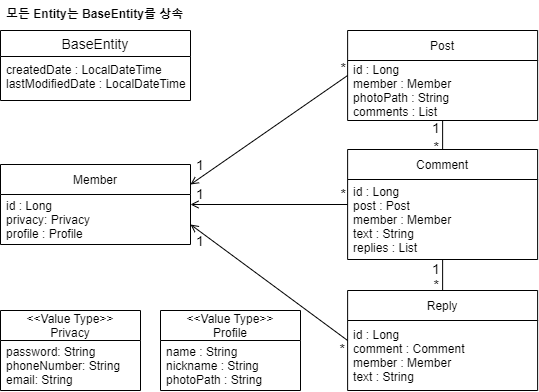
JunYoung-C/Instagram keeps this draw.io diagram as Sprint1 Entity Class Diagram.drawio.png. Above is the earlier version. Source tidied: cells renumbered, new cells last; positions are measured from the earlier drawing's top-left corner, leaving out a move shared by most shapes.
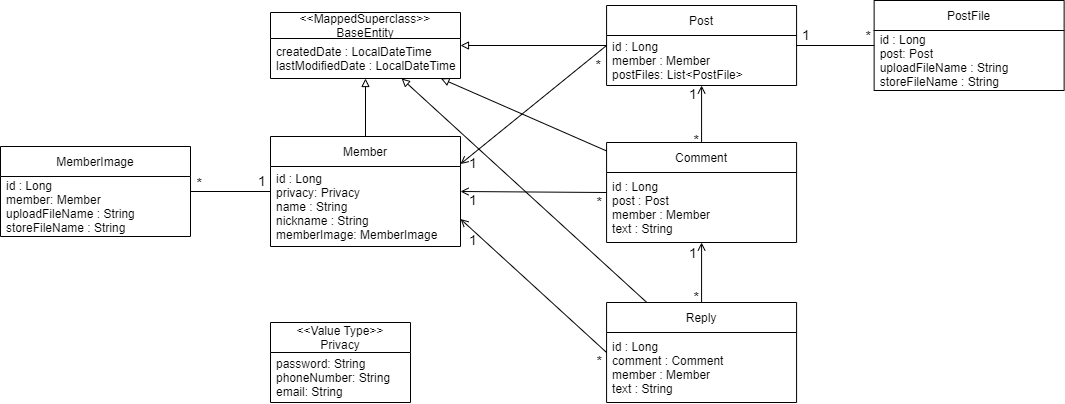
The same diagram one commit later.

Commit message:
docs: 수정된 테이블에 맞게 클래스 다이어그램 수정

What changed in the source:
```diff
@@ -3,47 +3,41 @@
     <mxCell id="0" />
     <mxCell id="1" parent="0" />
     <mxCell id="2" value="Comment" style="swimlane;fontStyle=0;horizontal=1;startSize=30;" parent="1" vertex="1">
-      <mxGeometry x="347.1" y="149" width="190" height="110" as="geometry" />
+      <mxGeometry x="419.1" y="160" width="190" height="100" as="geometry" />
     </mxCell>
-    <mxCell id="3" value="id : Long&#10;post : Post&#10;member : Member&#10;text : String&#10;replies : List" style="text;strokeColor=none;fillColor=none;align=left;verticalAlign=middle;spacingLeft=4;spacingRight=4;overflow=hidden;" parent="2" vertex="1">
-      <mxGeometry y="30" width="190" height="80" as="geometry" />
+    <mxCell id="3" value="id : Long&#10;post : Post&#10;member : Member&#10;text : String" style="text;strokeColor=none;fillColor=none;align=left;verticalAlign=middle;spacingLeft=4;spacingRight=4;overflow=hidden;" parent="2" vertex="1">
+      <mxGeometry y="30" width="190" height="70" as="geometry" />
     </mxCell>
     <mxCell id="4" value="Member" style="swimlane;fontStyle=0;horizontal=1;startSize=30;" parent="1" vertex="1">
-      <mxGeometry y="164" width="190" height="80" as="geometry" />
+      <mxGeometry x="83" y="154" width="190" height="110" as="geometry" />
     </mxCell>
-    <mxCell id="5" value="id : Long&#10;privacy: Privacy&#10;profile : Profile" style="text;strokeColor=none;fillColor=none;align=left;verticalAlign=middle;spacingLeft=4;spacingRight=4;overflow=hidden;" parent="4" vertex="1">
-      <mxGeometry y="30" width="190" height="50" as="geometry" />
+    <mxCell id="5" value="id : Long&#10;privacy: Privacy&#10;name : String&#10;nickname : String&#10;memberImage: MemberImage" style="text;strokeColor=none;fillColor=none;align=left;verticalAlign=middle;spacingLeft=4;spacingRight=4;overflow=hidden;" parent="4" vertex="1">
+      <mxGeometry y="30" width="190" height="80" as="geometry" />
     </mxCell>
     <mxCell id="6" value="Post" style="swimlane;fontStyle=0;horizontal=1;startSize=30;" parent="1" vertex="1">
-      <mxGeometry x="347.1" y="30" width="190" height="90" as="geometry" />
+      <mxGeometry x="419.1" y="23" width="190" height="80" as="geometry" />
     </mxCell>
-    <mxCell id="7" value="id : Long&#10;member : Member&#10;photoPath : String&#10;comments : List" style="text;strokeColor=none;fillColor=none;align=left;verticalAlign=middle;spacingLeft=4;spacingRight=4;overflow=hidden;" parent="6" vertex="1">
-      <mxGeometry y="30" width="190" height="60" as="geometry" />
+    <mxCell id="7" value="id : Long&#10;member : Member&#10;postFiles: List&lt;PostFile&gt;" style="text;strokeColor=none;fillColor=none;align=left;verticalAlign=middle;spacingLeft=4;spacingRight=4;overflow=hidden;" parent="6" vertex="1">
+      <mxGeometry y="30" width="190" height="50" as="geometry" />
     </mxCell>
     <mxCell id="8" value="Reply" style="swimlane;fontStyle=0;horizontal=1;startSize=30;" parent="1" vertex="1">
-      <mxGeometry x="347.1" y="290" width="190" height="100" as="geometry" />
+      <mxGeometry x="419.1" y="320" width="190" height="100" as="geometry" />
     </mxCell>
     <mxCell id="9" value="id : Long&#10;comment : Comment&#10;member : Member&#10;text : String" style="text;strokeColor=none;fillColor=none;align=left;verticalAlign=middle;spacingLeft=4;spacingRight=4;overflow=hidden;" parent="8" vertex="1">
       <mxGeometry y="30" width="190" height="70" as="geometry" />
     </mxCell>
     <mxCell id="10" value="&lt;&lt;Value Type&gt;&gt;&#10;Privacy" style="swimlane;fontStyle=0;horizontal=1;startSize=30;" parent="1" vertex="1">
-      <mxGeometry y="310" width="140" height="80" as="geometry" />
+      <mxGeometry x="83" y="340" width="140" height="80" as="geometry" />
     </mxCell>
     <mxCell id="11" value="password: String&#10;phoneNumber: String&#10;email: String" style="text;strokeColor=none;fillColor=none;align=left;verticalAlign=middle;spacingLeft=4;spacingRight=4;overflow=hidden;" parent="10" vertex="1">
       <mxGeometry y="30" width="140" height="50" as="geometry" />
     </mxCell>
-    <mxCell id="12" value="&lt;&lt;Value Type&gt;&gt;&#10;Profile" style="swimlane;fontStyle=0;horizontal=1;startSize=30;" parent="1" vertex="1">
-      <mxGeometry x="160" y="310" width="140" height="80" as="geometry" />
-    </mxCell>
-    <mxCell id="13" value="name : String&#10;nickname : String&#10;photoPath : String" style="text;strokeColor=none;fillColor=none;align=left;verticalAlign=middle;spacingLeft=4;spacingRight=4;overflow=hidden;" parent="12" vertex="1">
-      <mxGeometry y="30" width="140" height="50" as="geometry" />
-    </mxCell>
-    <mxCell id="14" style="endArrow=none;html=1;rounded=0;fontSize=14;exitX=0.5;exitY=1;exitDx=0;exitDy=0;entryX=0.5;entryY=0;entryDx=0;entryDy=0;" parent="1" edge="1" source="6" target="2">
+    <mxCell id="14" style="endArrow=none;html=1;rounded=0;fontSize=14;exitX=0.5;exitY=1;exitDx=0;exitDy=0;entryX=0.5;entryY=0;entryDx=0;entryDy=0;startArrow=open;startFill=0;" parent="1" edge="1" source="6" target="2">
       <mxGeometry relative="1" as="geometry" />
     </mxCell>
     <mxCell id="15" value="1" style="html=1;align=left;verticalAlign=bottom;fontSize=14;" parent="14" vertex="1">
       <mxGeometry x="-1" relative="1" as="geometry">
-        <mxPoint x="-12" y="18" as="offset" />
+        <mxPoint x="-14" y="19" as="offset" />
       </mxGeometry>
     </mxCell>
     <mxCell id="16" value="*" style="html=1;align=right;verticalAlign=bottom;fontSize=14;" parent="14" vertex="1">
@@ -56,20 +50,20 @@
     </mxCell>
     <mxCell id="18" value="1" style="html=1;align=left;verticalAlign=bottom;fontSize=14;" parent="17" vertex="1">
       <mxGeometry x="-1" relative="1" as="geometry">
-        <mxPoint x="4" y="-9" as="offset" />
+        <mxPoint x="7" y="9" as="offset" />
       </mxGeometry>
     </mxCell>
     <mxCell id="19" value="*" style="html=1;align=right;verticalAlign=bottom;fontSize=14;" parent="17" vertex="1">
       <mxGeometry x="1" relative="1" as="geometry">
-        <mxPoint x="-2" y="3" as="offset" />
+        <mxPoint x="-6" y="30" as="offset" />
       </mxGeometry>
     </mxCell>
-    <mxCell id="20" style="endArrow=none;html=1;rounded=0;fontSize=14;entryX=0.5;entryY=0;entryDx=0;entryDy=0;exitX=0.5;exitY=1;exitDx=0;exitDy=0;" parent="1" edge="1" source="2" target="8">
+    <mxCell id="20" style="endArrow=none;html=1;rounded=0;fontSize=14;entryX=0.5;entryY=0;entryDx=0;entryDy=0;exitX=0.5;exitY=1;exitDx=0;exitDy=0;startArrow=open;startFill=0;" parent="1" edge="1" source="2" target="8">
       <mxGeometry relative="1" as="geometry" />
     </mxCell>
     <mxCell id="21" value="1" style="html=1;align=left;verticalAlign=bottom;fontSize=14;" parent="20" vertex="1">
       <mxGeometry x="-1" relative="1" as="geometry">
-        <mxPoint x="-12" y="20" as="offset" />
+        <mxPoint x="-14" y="21" as="offset" />
       </mxGeometry>
     </mxCell>
     <mxCell id="22" value="*" style="html=1;align=right;verticalAlign=bottom;fontSize=14;" parent="20" vertex="1">
@@ -77,26 +71,23 @@
         <mxPoint x="-3" y="5" as="offset" />
       </mxGeometry>
     </mxCell>
-    <mxCell id="23" value="BaseEntity" style="swimlane;fontStyle=0;horizontal=1;startSize=26;align=center;fontSize=14;" parent="1" vertex="1">
-      <mxGeometry y="30" width="190" height="70" as="geometry" />
+    <mxCell id="23" value="&lt;&lt;MappedSuperclass&gt;&gt;&#10;BaseEntity" style="swimlane;fontStyle=0;horizontal=1;startSize=26;align=center;fontSize=12;" parent="1" vertex="1">
+      <mxGeometry x="83" y="30" width="190" height="66" as="geometry" />
     </mxCell>
     <mxCell id="24" value="createdDate : LocalDateTime&#10;lastModifiedDate : LocalDateTime" style="text;strokeColor=none;fillColor=none;spacingLeft=4;spacingRight=4;overflow=hidden;fontSize=12;" parent="23" vertex="1">
-      <mxGeometry y="26" width="190" height="44" as="geometry" />
+      <mxGeometry y="26" width="190" height="40" as="geometry" />
     </mxCell>
-    <mxCell id="25" value="모든 Entity는 BaseEntity를 상속" style="text;strokeColor=none;fillColor=none;spacingLeft=4;spacingRight=4;overflow=hidden;fontSize=12;fontStyle=1;" parent="1" vertex="1">
-      <mxGeometry width="190" height="30" as="geometry" />
-    </mxCell>
     <mxCell id="26" style="endArrow=none;html=1;rounded=0;fontSize=14;exitX=1;exitY=0.75;exitDx=0;exitDy=0;entryX=0;entryY=0.5;entryDx=0;entryDy=0;startArrow=open;startFill=0;" parent="1" edge="1" source="4" target="8">
       <mxGeometry relative="1" as="geometry" />
     </mxCell>
     <mxCell id="27" value="1" style="html=1;align=left;verticalAlign=bottom;fontSize=14;" parent="26" vertex="1">
       <mxGeometry x="-1" relative="1" as="geometry">
-        <mxPoint x="4" y="27" as="offset" />
+        <mxPoint x="7" y="31" as="offset" />
       </mxGeometry>
     </mxCell>
     <mxCell id="28" value="*" style="html=1;align=right;verticalAlign=bottom;fontSize=14;" parent="26" vertex="1">
       <mxGeometry x="1" relative="1" as="geometry">
-        <mxPoint x="-2" y="19" as="offset" />
+        <mxPoint x="-5" y="18" as="offset" />
       </mxGeometry>
     </mxCell>
     <mxCell id="29" style="endArrow=none;html=1;rounded=0;fontSize=14;exitX=1;exitY=0.5;exitDx=0;exitDy=0;entryX=0;entryY=0.5;entryDx=0;entryDy=0;startArrow=open;startFill=0;" parent="1" edge="1" source="4" target="2">
@@ -104,13 +95,63 @@
     </mxCell>
     <mxCell id="30" value="1" style="html=1;align=left;verticalAlign=bottom;fontSize=14;" parent="29" vertex="1">
       <mxGeometry x="-1" relative="1" as="geometry">
-        <mxPoint x="4" as="offset" />
+        <mxPoint x="7" y="19" as="offset" />
       </mxGeometry>
     </mxCell>
     <mxCell id="31" value="*" style="html=1;align=right;verticalAlign=bottom;fontSize=14;" parent="29" vertex="1">
       <mxGeometry x="1" relative="1" as="geometry">
-        <mxPoint x="-2" as="offset" />
+        <mxPoint x="-4" y="20" as="offset" />
       </mxGeometry>
     </mxCell>
+    <mxCell id="32" value="PostFile" style="swimlane;fontStyle=0;horizontal=1;startSize=30;" parent="1" vertex="1">
+      <mxGeometry x="686.6" y="18" width="190" height="90" as="geometry" />
+    </mxCell>
+    <mxCell id="33" value="id : Long&#10;post: Post&#10;uploadFileName : String&#10;storeFileName : String" style="text;strokeColor=none;fillColor=none;align=left;verticalAlign=middle;spacingLeft=4;spacingRight=4;overflow=hidden;" parent="32" vertex="1">
+      <mxGeometry y="30" width="190" height="60" as="geometry" />
+    </mxCell>
+    <mxCell id="34" value="MemberImage" style="swimlane;fontStyle=0;horizontal=1;startSize=30;" parent="1" vertex="1">
+      <mxGeometry x="-187" y="164" width="190" height="90" as="geometry" />
+    </mxCell>
+    <mxCell id="35" value="id : Long&#10;member: Member&#10;uploadFileName : String&#10;storeFileName : String" style="text;strokeColor=none;fillColor=none;align=left;verticalAlign=middle;spacingLeft=4;spacingRight=4;overflow=hidden;" parent="34" vertex="1">
+      <mxGeometry y="30" width="190" height="60" as="geometry" />
+    </mxCell>
+    <mxCell id="36" style="endArrow=block;html=1;rounded=0;fontSize=12;endFill=0;" parent="1" edge="1" source="4" target="23">
+      <mxGeometry relative="1" as="geometry" />
+    </mxCell>
+    <mxCell id="37" style="endArrow=block;html=1;rounded=0;fontSize=12;endFill=0;" parent="1" edge="1" source="6" target="23">
+      <mxGeometry relative="1" as="geometry" />
+    </mxCell>
+    <mxCell id="38" style="endArrow=block;html=1;rounded=0;fontSize=12;endFill=0;" parent="1" edge="1" source="2" target="23">
+      <mxGeometry relative="1" as="geometry" />
+    </mxCell>
+    <mxCell id="39" style="endArrow=block;html=1;rounded=0;fontSize=12;endFill=0;" parent="1" edge="1" source="8" target="23">
+      <mxGeometry relative="1" as="geometry" />
+    </mxCell>
+    <mxCell id="40" style="endArrow=none;html=1;rounded=0;fontSize=14;startArrow=none;startFill=0;" parent="1" edge="1" source="4" target="34">
+      <mxGeometry relative="1" as="geometry" />
+    </mxCell>
+    <mxCell id="41" value="1" style="html=1;align=left;verticalAlign=bottom;fontSize=14;" parent="40" vertex="1">
+      <mxGeometry x="-1" relative="1" as="geometry">
+        <mxPoint x="-14" as="offset" />
+      </mxGeometry>
+    </mxCell>
+    <mxCell id="42" value="*" style="html=1;align=right;verticalAlign=bottom;fontSize=14;" parent="40" vertex="1">
+      <mxGeometry x="1" relative="1" as="geometry">
+        <mxPoint x="12" y="2" as="offset" />
+      </mxGeometry>
+    </mxCell>
+    <mxCell id="43" style="endArrow=none;html=1;rounded=0;fontSize=14;startArrow=none;startFill=0;" parent="1" edge="1" source="6" target="32">
+      <mxGeometry relative="1" as="geometry" />
+    </mxCell>
+    <mxCell id="44" value="1" style="html=1;align=left;verticalAlign=bottom;fontSize=14;" parent="43" vertex="1">
+      <mxGeometry x="-1" relative="1" as="geometry">
+        <mxPoint x="4" as="offset" />
+      </mxGeometry>
+    </mxCell>
+    <mxCell id="45" value="*" style="html=1;align=right;verticalAlign=bottom;fontSize=14;" parent="43" vertex="1">
+      <mxGeometry x="1" relative="1" as="geometry">
+        <mxPoint x="-3" y="1" as="offset" />
+      </mxGeometry>
+    </mxCell>
   </root>
 </mxGraphModel>
```
